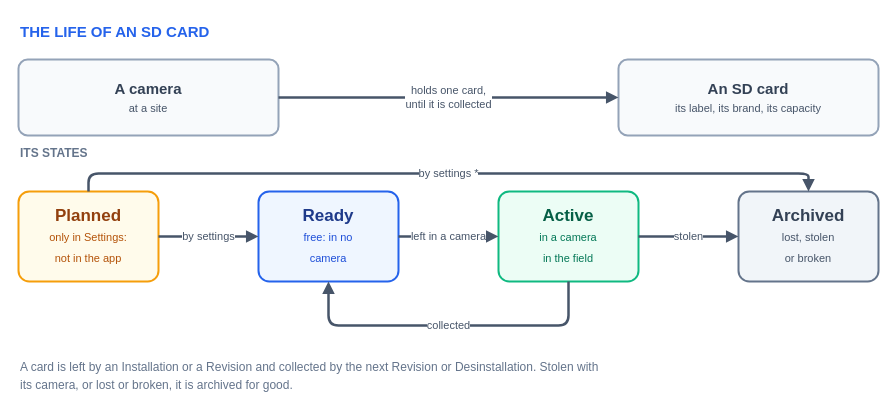
Earlier version of the draw.io diagram docs/img/sd-card.drawio (wildintelproject/wildintel-uploader). Source tidied: cells renumbered, new cells numbered last; positions are measured from the earlier drawing's top-left corner, leaving out a move shared by most shapes. Both pictures are drawn from the tidied source at 100%, with x=0, y=0 at pixel (18, 17).
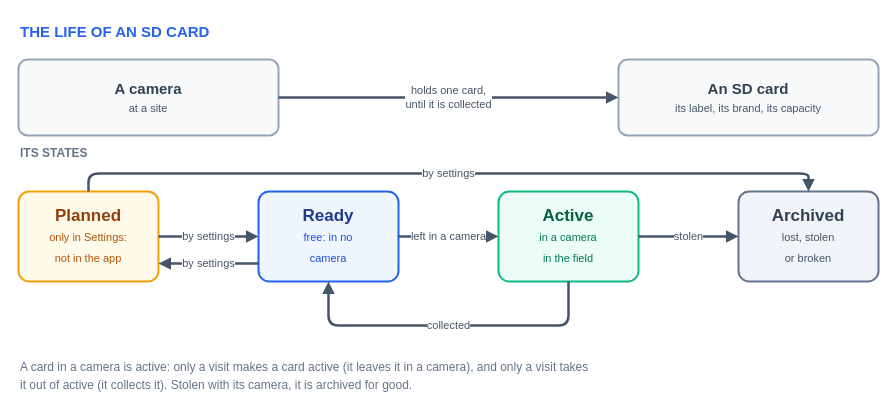
Above is the later version.

Unchanged cells that the change refers to:
```xml
<mxCell id="7" value="&lt;b&gt;Planned&lt;/b&gt;&lt;br&gt;&lt;font style=&quot;font-size:11px&quot; color=&quot;#b45309&quot;&gt;only in Settings:&lt;br&gt;not in the app&lt;/font&gt;" style="rounded=1;arcSize=12;whiteSpace=wrap;html=1;fillColor=#fffbeb;strokeColor=#f59e0b;strokeWidth=2;fontColor=#92400e;fontSize=17;" parent="1" vertex="1">
  <mxGeometry y="174" width="140" height="90" as="geometry" />
</mxCell>
<mxCell id="8" value="&lt;b&gt;Ready&lt;/b&gt;&lt;br&gt;&lt;font style=&quot;font-size:11px&quot; color=&quot;#1d4ed8&quot;&gt;free: in no&lt;br&gt;camera&lt;/font&gt;" style="rounded=1;arcSize=12;whiteSpace=wrap;html=1;fillColor=#eff6ff;strokeColor=#2563eb;strokeWidth=2;fontColor=#1e3a8a;fontSize=17;" parent="1" vertex="1">
  <mxGeometry x="240" y="174" width="140" height="90" as="geometry" />
</mxCell>
<mxCell id="9" value="&lt;b&gt;Active&lt;/b&gt;&lt;br&gt;&lt;font style=&quot;font-size:11px&quot; color=&quot;#047857&quot;&gt;in a camera&lt;br&gt;in the field&lt;/font&gt;" style="rounded=1;arcSize=12;whiteSpace=wrap;html=1;fillColor=#ecfdf5;strokeColor=#10b981;strokeWidth=2;fontColor=#065f46;fontSize=17;" parent="1" vertex="1">
  <mxGeometry x="480" y="174" width="140" height="90" as="geometry" />
</mxCell>
<mxCell id="10" value="&lt;b&gt;Archived&lt;/b&gt;&lt;br&gt;&lt;font style=&quot;font-size:11px&quot; color=&quot;#475569&quot;&gt;lost, stolen&lt;br&gt;or broken&lt;/font&gt;" style="rounded=1;arcSize=12;whiteSpace=wrap;html=1;fillColor=#f1f5f9;strokeColor=#64748b;strokeWidth=2;fontColor=#334155;fontSize=17;" parent="1" vertex="1">
  <mxGeometry x="720" y="174" width="140" height="90" as="geometry" />
</mxCell>
```

What changed in the source:
```diff
@@
-    <mxCell id="14" value="by settings *" style="edgeStyle=orthogonalEdgeStyle;rounded=1;html=1;endArrow=block;endFill=1;strokeColor=#475569;strokeWidth=2.5;fontSize=11;fontColor=#475569;labelBackgroundColor=#ffffff;exitX=0.5;exitY=0;exitDx=0;exitDy=0;entryX=0.5;entryY=0;entryDx=0;entryDy=0;" parent="1" edge="1" source="7" target="10">
+    <mxCell id="14" value="by settings" style="edgeStyle=orthogonalEdgeStyle;rounded=1;html=1;endArrow=block;endFill=1;strokeColor=#475569;strokeWidth=2.5;fontSize=11;fontColor=#475569;labelBackgroundColor=#ffffff;exitX=0.5;exitY=0;exitDx=0;exitDy=0;entryX=0.5;entryY=0;entryDx=0;entryDy=0;" parent="1" edge="1" source="7" target="10">
       <mxGeometry relative="1" as="geometry">
         <Array as="points">
           <mxPoint x="70" y="156" />
           <mxPoint x="790" y="156" />
         </Array>
       </mxGeometry>
     </mxCell>
-    <mxCell id="15" value="collected" style="edgeStyle=orthogonalEdgeStyle;rounded=1;html=1;endArrow=block;endFill=1;strokeColor=#475569;strokeWidth=2.5;fontSize=11;fontColor=#475569;labelBackgroundColor=#ffffff;exitX=0.5;exitY=1;exitDx=0;exitDy=0;entryX=0.5;entryY=1;entryDx=0;entryDy=0;" parent="1" edge="1" source="9" target="8">
-      <mxGeometry relative="1" as="geometry">
-        <Array as="points">
-          <mxPoint x="550" y="308" />
-          <mxPoint x="310" y="308" />
-        </Array>
-      </mxGeometry>
+    <mxCell id="15" value="by settings" style="edgeStyle=orthogonalEdgeStyle;rounded=1;html=1;endArrow=block;endFill=1;strokeColor=#475569;strokeWidth=2.5;fontSize=11;fontColor=#475569;labelBackgroundColor=#ffffff;exitX=0;exitY=0.8;exitDx=0;exitDy=0;entryX=1;entryY=0.8;entryDx=0;entryDy=0;" parent="1" edge="1" source="8" target="7">
+      <mxGeometry relative="1" as="geometry" />
     </mxCell>
-    <mxCell id="16" value="A card is left by an Installation or a Revision and collected by the next Revision or Desinstallation. Stolen with" style="text;html=1;fontSize=12;fontColor=#64748b;fontStyle=0;align=left;verticalAlign=middle;spacingLeft=0;" parent="1" vertex="1">
-      <mxGeometry y="338" width="860" height="24" as="geometry" />
+    <mxCell id="16" value="collected" style="edgeStyle=orthogonalEdgeStyle;rounded=1;html=1;endArrow=block;endFill=1;strokeColor=#475569;strokeWidth=2.5;fontSize=11;fontColor=#475569;labelBackgroundColor=#ffffff;exitX=0.5;exitY=1;exitDx=0;exitDy=0;entryX=0.5;entryY=1;entryDx=0;entryDy=0;" parent="1" edge="1" source="9" target="8">
+      <mxGeometry relative="1" as="geometry">
+        <Array as="points">
+          <mxPoint x="550" y="308" />
+          <mxPoint x="310" y="308" />
+        </Array>
+      </mxGeometry>
     </mxCell>
-    <mxCell id="17" value="its camera, or lost or broken, it is archived for good." style="text;html=1;fontSize=12;fontColor=#64748b;fontStyle=0;align=left;verticalAlign=middle;spacingLeft=0;" parent="1" vertex="1">
-      <mxGeometry y="356" width="860" height="24" as="geometry" />
+    <mxCell id="17" value="A card in a camera is active: only a visit makes a card active (it leaves it in a camera), and only a visit takes" style="text;html=1;fontSize=12;fontColor=#64748b;fontStyle=0;align=left;verticalAlign=middle;spacingLeft=0;" parent="1" vertex="1">
+      <mxGeometry y="338" width="860" height="24" as="geometry" />
     </mxCell>
+    <mxCell id="18" value="it out of active (it collects it). Stolen with its camera, it is archived for good." style="text;html=1;fontSize=12;fontColor=#64748b;fontStyle=0;align=left;verticalAlign=middle;spacingLeft=0;" parent="1" vertex="1">
+      <mxGeometry y="356" width="860" height="24" as="geometry" />
+    </mxCell>
```
